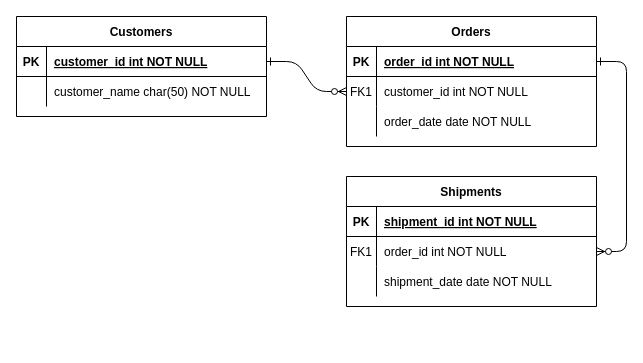
Earlier version of the draw.io diagram PMS.drawio (JohnMugambi/Files). Source tidied: cells renumbered, new cells numbered last; positions are measured from the earlier drawing's top-left corner, leaving out a move shared by most shapes. Both pictures are drawn from the tidied source at 100%, with x=0, y=0 at pixel (16, 16).
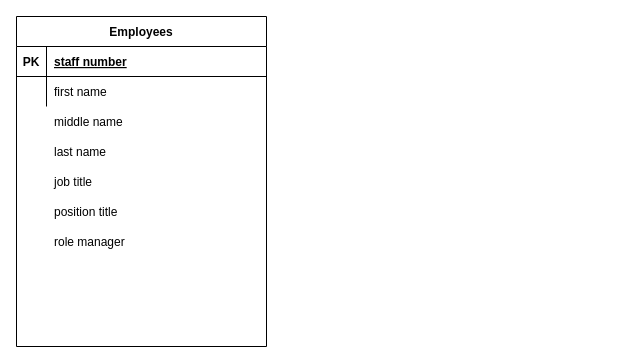
After the change.

The change refers to these unchanged cells:
```xml
<mxCell id="25" style="shape=partialRectangle;fillColor=none;points=[[0,0.5],[1,0.5]];portConstraint=eastwest;top=0;left=0;right=0;bottom=1;" parent="24" vertex="1">
  <mxGeometry y="30" width="250" height="30" as="geometry" />
</mxCell>
<mxCell id="28" style="shape=partialRectangle;fillColor=none;top=0;left=0;right=0;bottom=0;" parent="24" vertex="1">
  <mxGeometry y="60" width="250" height="30" as="geometry" />
</mxCell>
```

What changed in the source:
```diff
@@
-    <mxCell id="2" style="edgeStyle=entityRelationEdgeStyle;endArrow=ERzeroToMany;startArrow=ERone;endFill=1;startFill=0;" parent="1" edge="1" source="25" target="8">
-      <mxGeometry relative="1" as="geometry" />
-    </mxCell>
-    <mxCell id="3" style="edgeStyle=entityRelationEdgeStyle;endArrow=ERzeroToMany;startArrow=ERone;endFill=1;startFill=0;" parent="1" edge="1" source="5" target="18">
-      <mxGeometry relative="1" as="geometry" />
-    </mxCell>
-    <mxCell id="4" value="Orders" style="shape=table;startSize=30;childLayout=tableLayout;rowLines=0;fontStyle=1;align=center;" parent="1" vertex="1">
-      <mxGeometry x="330" width="250" height="130" as="geometry" />
-    </mxCell>
-    <mxCell id="5" style="shape=partialRectangle;fillColor=none;points=[[0,0.5],[1,0.5]];portConstraint=eastwest;top=0;left=0;right=0;bottom=1;" parent="4" vertex="1">
-      <mxGeometry y="30" width="250" height="30" as="geometry" />
-    </mxCell>
-    <mxCell id="6" value="PK" style="shape=partialRectangle;overflow=hidden;fillColor=none;top=0;left=0;bottom=0;right=0;fontStyle=1;" parent="5" vertex="1">
-      <mxGeometry width="30" height="30" as="geometry" />
-    </mxCell>
-    <mxCell id="7" value="order_id int NOT NULL " style="shape=partialRectangle;overflow=hidden;fillColor=none;top=0;left=0;bottom=0;right=0;align=left;spacingLeft=6;fontStyle=5;" parent="5" vertex="1">
-      <mxGeometry x="30" width="220" height="30" as="geometry" />
-    </mxCell>
-    <mxCell id="8" style="shape=partialRectangle;fillColor=none;points=[[0,0.5],[1,0.5]];portConstraint=eastwest;top=0;left=0;right=0;bottom=0;" parent="4" vertex="1">
-      <mxGeometry y="60" width="250" height="30" as="geometry" />
-    </mxCell>
-    <mxCell id="9" value="FK1" style="shape=partialRectangle;overflow=hidden;fillColor=none;top=0;left=0;bottom=0;right=0;" parent="8" vertex="1">
-      <mxGeometry width="30" height="30" as="geometry" />
-    </mxCell>
-    <mxCell id="10" value="customer_id int NOT NULL" style="shape=partialRectangle;overflow=hidden;fillColor=none;top=0;left=0;bottom=0;right=0;align=left;spacingLeft=6;" parent="8" vertex="1">
-      <mxGeometry x="30" width="220" height="30" as="geometry" />
-    </mxCell>
-    <mxCell id="11" style="shape=partialRectangle;fillColor=none;top=0;left=0;right=0;bottom=0;" parent="4" vertex="1">
-      <mxGeometry y="90" width="250" height="30" as="geometry" />
-    </mxCell>
-    <mxCell id="12" style="shape=partialRectangle;overflow=hidden;fillColor=none;top=0;left=0;bottom=0;right=0;" parent="11" vertex="1">
-      <mxGeometry width="30" height="30" as="geometry" />
-    </mxCell>
-    <mxCell id="13" value="order_date date NOT NULL" style="shape=partialRectangle;overflow=hidden;fillColor=none;top=0;left=0;bottom=0;right=0;align=left;spacingLeft=6;" parent="11" vertex="1">
-      <mxGeometry x="30" width="220" height="30" as="geometry" />
-    </mxCell>
-    <mxCell id="14" value="Shipments" style="shape=table;startSize=30;childLayout=tableLayout;rowLines=0;fontStyle=1;align=center;" parent="1" vertex="1">
-      <mxGeometry x="330" y="160" width="250" height="130" as="geometry" />
-    </mxCell>
-    <mxCell id="15" style="shape=partialRectangle;fillColor=none;top=0;left=0;right=0;bottom=1;" parent="14" vertex="1">
-      <mxGeometry y="30" width="250" height="30" as="geometry" />
-    </mxCell>
-    <mxCell id="16" value="PK" style="shape=partialRectangle;overflow=hidden;fillColor=none;top=0;left=0;bottom=0;right=0;fontStyle=1;" parent="15" vertex="1">
-      <mxGeometry width="30" height="30" as="geometry" />
-    </mxCell>
-    <mxCell id="17" value="shipment_id int NOT NULL " style="shape=partialRectangle;overflow=hidden;fillColor=none;top=0;left=0;bottom=0;right=0;align=left;spacingLeft=6;fontStyle=5;" parent="15" vertex="1">
-      <mxGeometry x="30" width="220" height="30" as="geometry" />
-    </mxCell>
-    <mxCell id="18" style="shape=partialRectangle;fillColor=none;points=[[0,0.5],[1,0.5]];portConstraint=eastwest;top=0;left=0;right=0;bottom=0;" parent="14" vertex="1">
-      <mxGeometry y="60" width="250" height="30" as="geometry" />
-    </mxCell>
-    <mxCell id="19" value="FK1" style="shape=partialRectangle;overflow=hidden;fillColor=none;top=0;left=0;bottom=0;right=0;" parent="18" vertex="1">
-      <mxGeometry width="30" height="30" as="geometry" />
-    </mxCell>
-    <mxCell id="20" value="order_id int NOT NULL" style="shape=partialRectangle;overflow=hidden;fillColor=none;top=0;left=0;bottom=0;right=0;align=left;spacingLeft=6;" parent="18" vertex="1">
-      <mxGeometry x="30" width="220" height="30" as="geometry" />
-    </mxCell>
-    <mxCell id="21" style="shape=partialRectangle;fillColor=none;top=0;left=0;right=0;bottom=0;" parent="14" vertex="1">
-      <mxGeometry y="90" width="250" height="30" as="geometry" />
-    </mxCell>
-    <mxCell id="22" style="shape=partialRectangle;overflow=hidden;fillColor=none;top=0;left=0;bottom=0;right=0;" parent="21" vertex="1">
-      <mxGeometry width="30" height="30" as="geometry" />
-    </mxCell>
-    <mxCell id="23" value="shipment_date date NOT NULL" style="shape=partialRectangle;overflow=hidden;fillColor=none;top=0;left=0;bottom=0;right=0;align=left;spacingLeft=6;" parent="21" vertex="1">
-      <mxGeometry x="30" width="220" height="30" as="geometry" />
-    </mxCell>
-    <mxCell id="24" value="Customers" style="shape=table;startSize=30;childLayout=tableLayout;rowLines=0;fontStyle=1;align=center;" parent="1" vertex="1">
-      <mxGeometry width="250" height="100" as="geometry" />
+    <mxCell id="24" value="Employees" style="shape=table;startSize=30;childLayout=tableLayout;rowLines=0;fontStyle=1;align=center;" parent="1" vertex="1">
+      <mxGeometry width="250" height="330" as="geometry" />
     </mxCell>
@@
-    <mxCell id="27" value="customer_id int NOT NULL " style="shape=partialRectangle;overflow=hidden;fillColor=none;top=0;left=0;bottom=0;right=0;align=left;spacingLeft=6;fontStyle=5;" parent="25" vertex="1">
+    <mxCell id="27" value="staff number" style="shape=partialRectangle;overflow=hidden;fillColor=none;top=0;left=0;bottom=0;right=0;align=left;spacingLeft=6;fontStyle=5;" parent="25" vertex="1">
       <mxGeometry x="30" width="220" height="30" as="geometry" />
     </mxCell>
@@
-    <mxCell id="30" value="customer_name char(50) NOT NULL" style="shape=partialRectangle;overflow=hidden;fillColor=none;top=0;left=0;bottom=0;right=0;align=left;spacingLeft=6;" parent="28" vertex="1">
+    <mxCell id="30" value="first name" style="shape=partialRectangle;overflow=hidden;fillColor=none;top=0;left=0;bottom=0;right=0;align=left;spacingLeft=6;" parent="28" vertex="1">
       <mxGeometry x="30" width="220" height="30" as="geometry" />
     </mxCell>
+    <mxCell id="31" value="middle name" style="shape=partialRectangle;overflow=hidden;fillColor=none;top=0;left=0;bottom=0;right=0;align=left;spacingLeft=6;" parent="1" vertex="1">
+      <mxGeometry x="30" y="90" width="220" height="30" as="geometry" />
+    </mxCell>
+    <mxCell id="32" value="last name" style="shape=partialRectangle;overflow=hidden;fillColor=none;top=0;left=0;bottom=0;right=0;align=left;spacingLeft=6;" parent="1" vertex="1">
+      <mxGeometry x="30" y="120" width="220" height="30" as="geometry" />
+    </mxCell>
+    <mxCell id="33" value="job title" style="shape=partialRectangle;overflow=hidden;fillColor=none;top=0;left=0;bottom=0;right=0;align=left;spacingLeft=6;" parent="1" vertex="1">
+      <mxGeometry x="30" y="150" width="220" height="30" as="geometry" />
+    </mxCell>
+    <mxCell id="34" value="role manager" style="shape=partialRectangle;overflow=hidden;fillColor=none;top=0;left=0;bottom=0;right=0;align=left;spacingLeft=6;" parent="1" vertex="1">
+      <mxGeometry x="30" y="210" width="220" height="30" as="geometry" />
+    </mxCell>
+    <mxCell id="35" value="position title" style="shape=partialRectangle;overflow=hidden;fillColor=none;top=0;left=0;bottom=0;right=0;align=left;spacingLeft=6;" parent="1" vertex="1">
+      <mxGeometry x="30" y="180" width="220" height="30" as="geometry" />
+    </mxCell>
```
